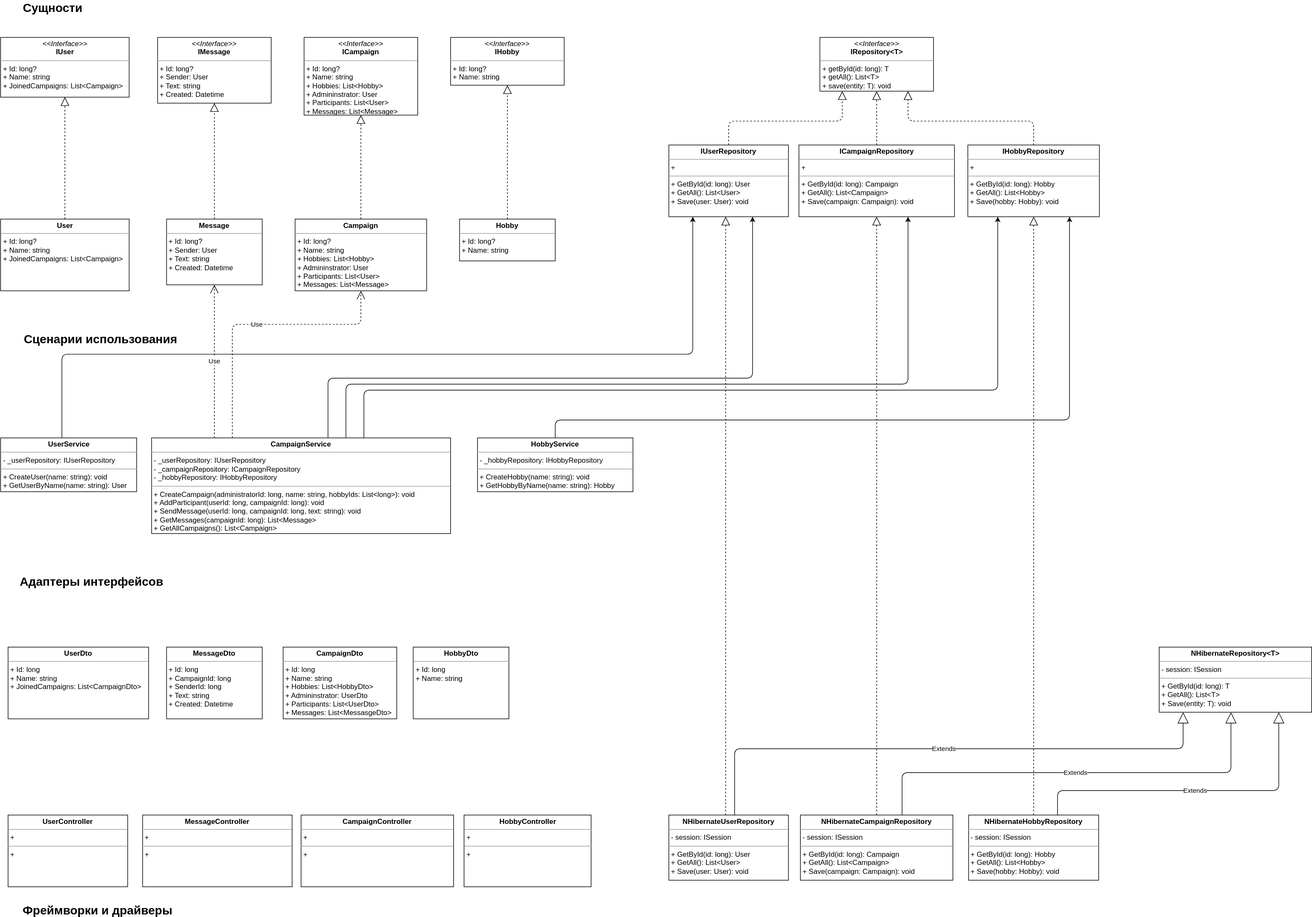
Above: src/docs/Class_Diagram.svg in arngrey/EventApp (draw.io), before the change. Source tidied: cells renumbered, new cells last; positions are measured from the earlier drawing's top-left corner, leaving out a move shared by most shapes.
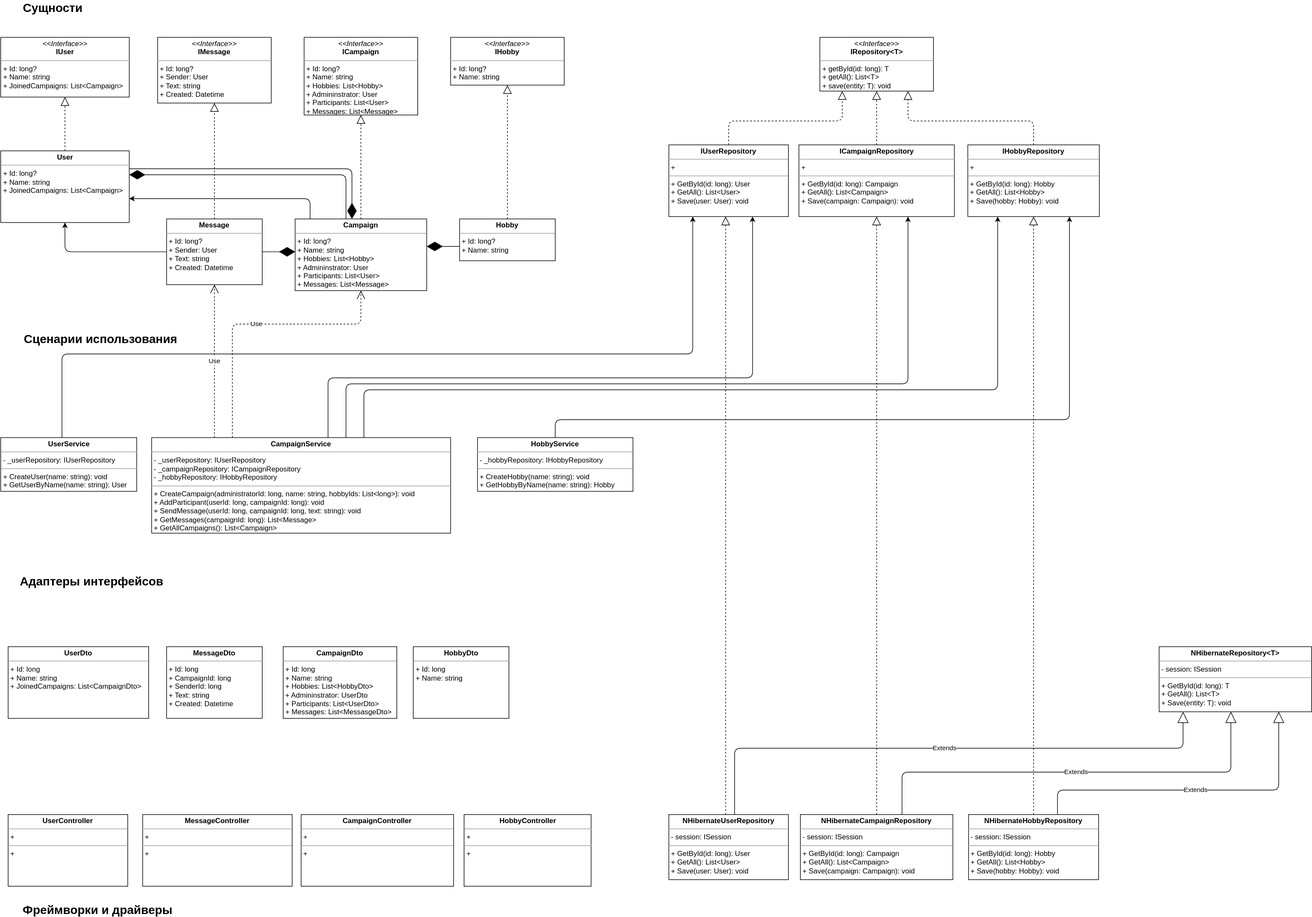
Later version of the same file.

Diff of the diagram source:
```diff
@@ -3,7 +3,7 @@
     <mxCell id="0" />
     <mxCell id="1" parent="0" />
     <mxCell id="2" value="&lt;p style=&quot;margin: 0px ; margin-top: 4px ; text-align: center&quot;&gt;&lt;b&gt;User&lt;/b&gt;&lt;/p&gt;&lt;hr size=&quot;1&quot;&gt;&lt;p style=&quot;margin: 0px ; margin-left: 4px&quot;&gt;+ Id: long?&lt;/p&gt;&lt;p style=&quot;margin: 0px ; margin-left: 4px&quot;&gt;+ Name: string&lt;/p&gt;&lt;p style=&quot;margin: 0px ; margin-left: 4px&quot;&gt;+ JoinedCampaigns: List&amp;lt;Campaign&amp;gt;&lt;/p&gt;" style="verticalAlign=top;align=left;overflow=fill;fontSize=12;fontFamily=Helvetica;html=1;" parent="1" vertex="1">
-      <mxGeometry x="0.5" y="364" width="215" height="120" as="geometry" />
+      <mxGeometry x="0.5" y="250" width="215" height="120" as="geometry" />
     </mxCell>
     <mxCell id="3" value="&lt;p style=&quot;margin: 0px ; margin-top: 4px ; text-align: center&quot;&gt;&lt;b&gt;Hobby&lt;/b&gt;&lt;/p&gt;&lt;hr size=&quot;1&quot;&gt;&lt;p style=&quot;margin: 0px ; margin-left: 4px&quot;&gt;+ Id: long?&lt;br&gt;&lt;/p&gt;&lt;p style=&quot;margin: 0px ; margin-left: 4px&quot;&gt;+ Name: string&lt;br&gt;&lt;/p&gt;" style="verticalAlign=top;align=left;overflow=fill;fontSize=12;fontFamily=Helvetica;html=1;" parent="1" vertex="1">
       <mxGeometry x="768" y="364" width="160" height="70" as="geometry" />
@@ -235,5 +235,49 @@
         </Array>
       </mxGeometry>
     </mxCell>
+    <mxCell id="53" style="endArrow=classic;html=1;edgeStyle=orthogonalEdgeStyle;" parent="1" edge="1" source="5" target="2">
+      <mxGeometry relative="1" as="geometry">
+        <Array as="points">
+          <mxPoint x="108" y="419" />
+        </Array>
+      </mxGeometry>
+    </mxCell>
+    <mxCell id="54" style="endArrow=diamondThin;endFill=1;endSize=24;html=1;edgeStyle=orthogonalEdgeStyle;" parent="1" edge="1" source="5" target="4">
+      <mxGeometry relative="1" as="geometry">
+        <Array as="points">
+          <mxPoint x="478" y="419" />
+          <mxPoint x="478" y="419" />
+        </Array>
+      </mxGeometry>
+    </mxCell>
+    <mxCell id="55" style="endArrow=diamondThin;endFill=1;endSize=24;html=1;edgeStyle=orthogonalEdgeStyle;" parent="1" edge="1" source="3" target="4">
+      <mxGeometry relative="1" as="geometry">
+        <Array as="points">
+          <mxPoint x="748" y="410" />
+          <mxPoint x="748" y="410" />
+        </Array>
+      </mxGeometry>
+    </mxCell>
+    <mxCell id="56" style="endArrow=diamondThin;endFill=1;endSize=24;html=1;edgeStyle=orthogonalEdgeStyle;" parent="1" edge="1" source="2" target="4">
+      <mxGeometry relative="1" as="geometry">
+        <Array as="points">
+          <mxPoint x="588" y="280" />
+        </Array>
+      </mxGeometry>
+    </mxCell>
+    <mxCell id="57" style="endArrow=classic;html=1;edgeStyle=orthogonalEdgeStyle;" parent="1" edge="1" source="4" target="2">
+      <mxGeometry relative="1" as="geometry">
+        <Array as="points">
+          <mxPoint x="518" y="330" />
+        </Array>
+      </mxGeometry>
+    </mxCell>
+    <mxCell id="58" style="endArrow=diamondThin;endFill=1;endSize=24;html=1;edgeStyle=orthogonalEdgeStyle;" parent="1" edge="1" source="4" target="2">
+      <mxGeometry relative="1" as="geometry">
+        <Array as="points">
+          <mxPoint x="578" y="290" />
+        </Array>
+      </mxGeometry>
+    </mxCell>
   </root>
 </mxGraphModel>
```
